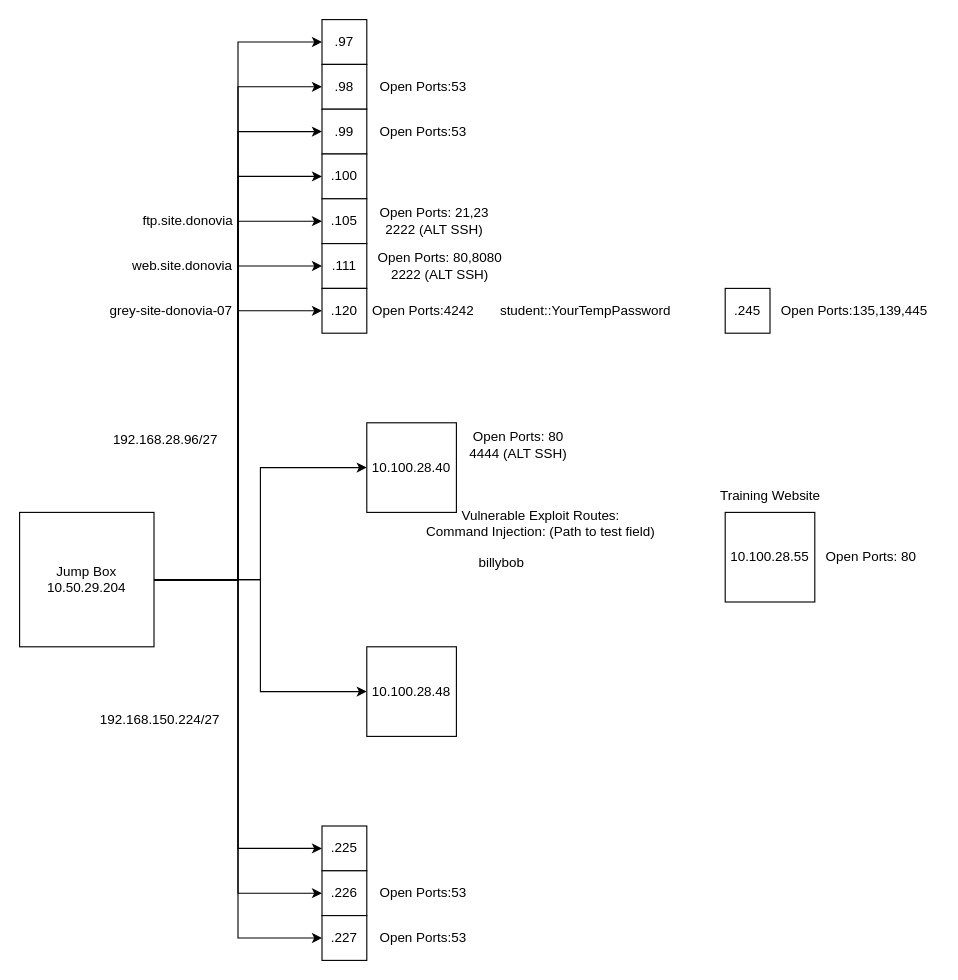
This is Security/Untitled Diagram.drawio from LukeaBrown/COSC, a draw.io file, before an edit. Source tidied: cells renumbered, new cells numbered last; positions are measured from the earlier drawing's top-left corner, leaving out a move shared by most shapes. Both pictures are drawn from the tidied source at 112%, with x=0, y=0 at pixel (19, 19).
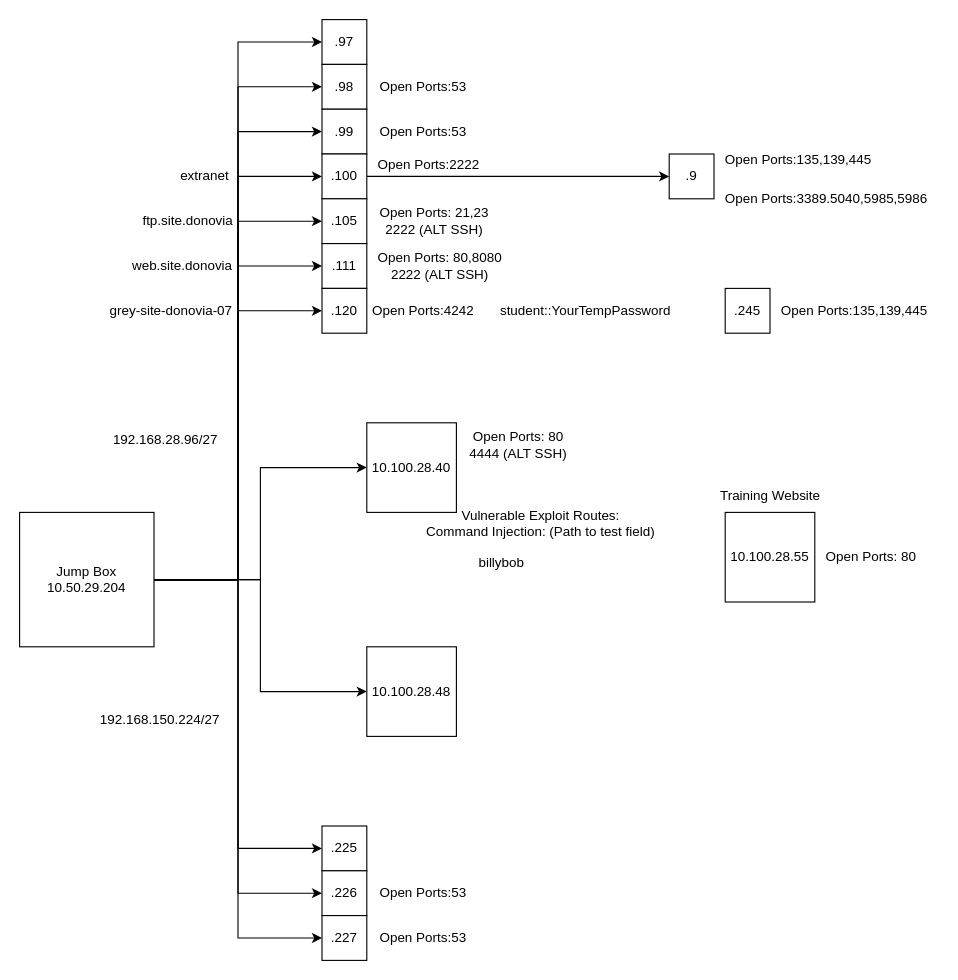
After the change.

Unchanged cells that the change refers to:
```xml
<mxCell id="18" value=".100" style="whiteSpace=wrap;html=1;" parent="1" vertex="1">
  <mxGeometry x="270" y="120" width="40" height="40" as="geometry" />
</mxCell>
```

What changed in the source:
```diff
@@
+    <mxCell id="48" style="edgeStyle=orthogonalEdgeStyle;rounded=0;jettySize=auto;html=1;entryX=0;entryY=0.5;entryDx=0;entryDy=0;" parent="1" edge="1" source="18" target="51">
+      <mxGeometry relative="1" as="geometry" />
+    </mxCell>
@@
+    <mxCell id="49" value="Open Ports:2222" style="text;html=1;align=center;verticalAlign=middle;strokeColor=none;fillColor=none;" parent="1" vertex="1">
+      <mxGeometry x="310" y="115" width="110" height="30" as="geometry" />
+    </mxCell>
+    <mxCell id="50" value="extranet" style="text;html=1;align=center;verticalAlign=middle;strokeColor=none;fillColor=none;" parent="1" vertex="1">
+      <mxGeometry x="130" y="125" width="70" height="30" as="geometry" />
+    </mxCell>
+    <mxCell id="51" value=".9" style="whiteSpace=wrap;html=1;" parent="1" vertex="1">
+      <mxGeometry x="580" y="120" width="40" height="40" as="geometry" />
+    </mxCell>
+    <mxCell id="52" value="Open Ports:135,139,445" style="text;html=1;align=center;verticalAlign=middle;strokeColor=none;fillColor=none;" parent="1" vertex="1">
+      <mxGeometry x="620" y="110" width="150" height="30" as="geometry" />
+    </mxCell>
+    <mxCell id="53" value="Open Ports:3389.5040,5985,5986" style="text;html=1;align=center;verticalAlign=middle;strokeColor=none;fillColor=none;" parent="1" vertex="1">
+      <mxGeometry x="620" y="145" width="200" height="30" as="geometry" />
+    </mxCell>
```
